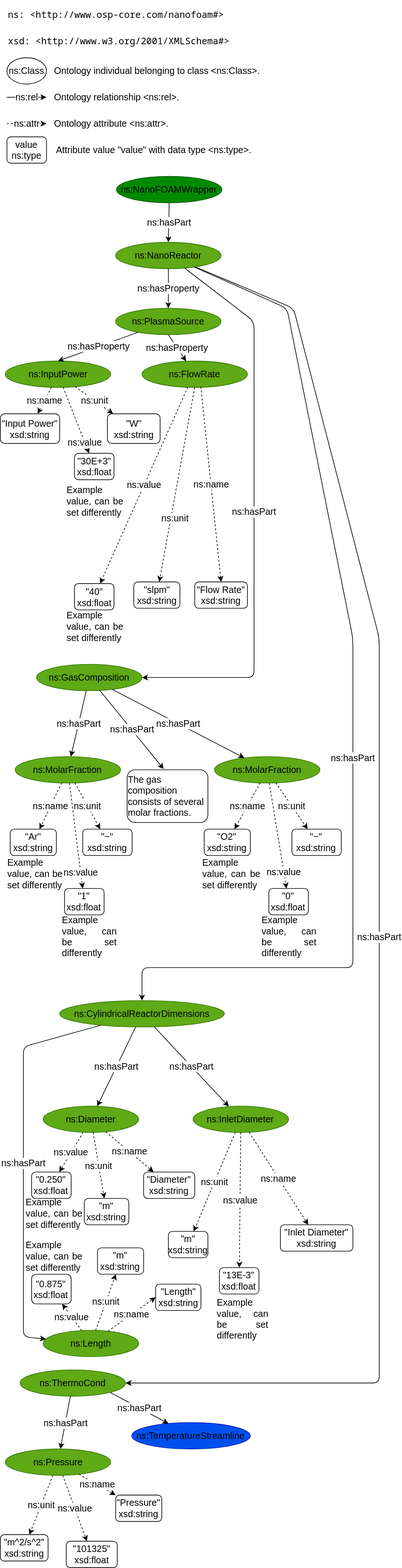
This is docs/static/cfd.drawio.svg from simphony/SimNanoDOME, a draw.io export, as it was before one commit. Source tidied: cells renumbered, new cells last; positions are measured from the earlier drawing's top-left corner, leaving out a move shared by most shapes.
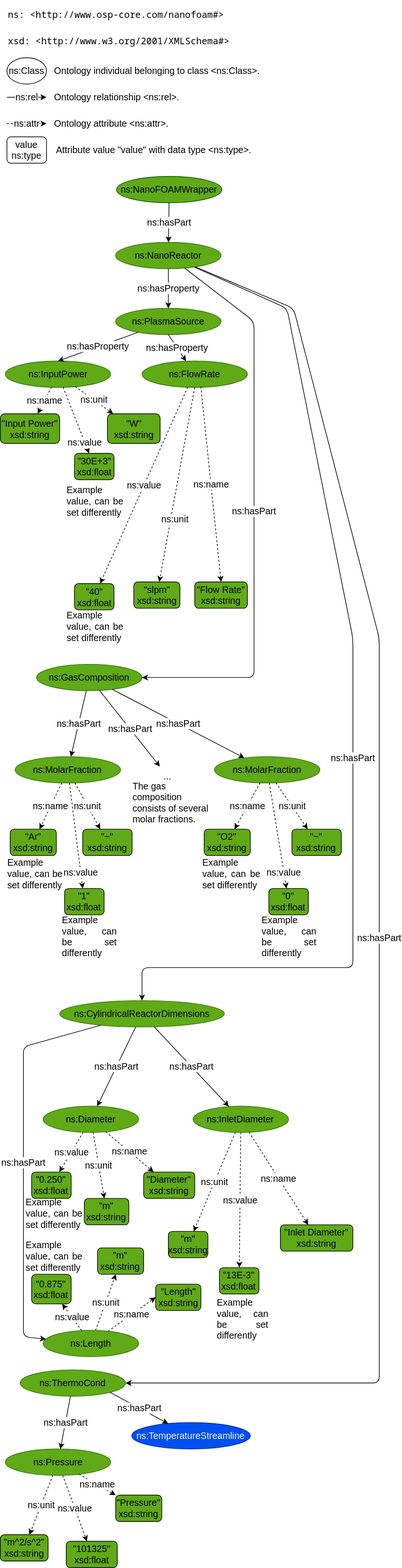
The same diagram one commit later.

Diff of the diagram source:
```diff
@@ -55,3 +55,3 @@
     </mxCell>
-    <mxCell id="16" value="&lt;div style=&quot;font-size: 14px;&quot;&gt;&quot;30E+3&quot;&lt;/div&gt;&lt;div style=&quot;font-size: 14px;&quot;&gt;xsd:float&lt;/div&gt;" style="rounded=1;whiteSpace=wrap;html=1;labelBackgroundColor=none;fontColor=#000000;fontSize=14;" parent="1" vertex="1">
+    <mxCell id="16" value="&lt;div style=&quot;font-size: 14px;&quot;&gt;&quot;30E+3&quot;&lt;/div&gt;&lt;div style=&quot;font-size: 14px;&quot;&gt;xsd:float&lt;/div&gt;" style="rounded=1;whiteSpace=wrap;html=1;labelBackgroundColor=none;fontColor=#000000;fontSize=14;fillColor=#60A917;" parent="1" vertex="1">
       <mxGeometry x="112.5" y="680" width="60" height="40" as="geometry" />
@@ -64,3 +64,3 @@
     </mxCell>
-    <mxCell id="19" value="&lt;div style=&quot;font-size: 14px;&quot;&gt;&quot;W&quot;&lt;/div&gt;&lt;div style=&quot;font-size: 14px;&quot;&gt;xsd:string&lt;/div&gt;" style="rounded=1;whiteSpace=wrap;html=1;labelBackgroundColor=none;fontColor=#000000;fontSize=14;" parent="1" vertex="1">
+    <mxCell id="19" value="&lt;div style=&quot;font-size: 14px;&quot;&gt;&quot;W&quot;&lt;/div&gt;&lt;div style=&quot;font-size: 14px;&quot;&gt;xsd:string&lt;/div&gt;" style="rounded=1;whiteSpace=wrap;html=1;labelBackgroundColor=none;fontColor=#000000;fontSize=14;fillColor=#60A917;" parent="1" vertex="1">
       <mxGeometry x="162.5" y="620" width="80" height="45" as="geometry" />
@@ -79,6 +79,6 @@
     </mxCell>
-    <mxCell id="24" value="&quot;slpm&quot;&lt;br style=&quot;font-size: 14px;&quot;&gt;xsd:string" style="rounded=1;whiteSpace=wrap;html=1;labelBackgroundColor=none;fontColor=#000000;fontSize=14;" parent="1" vertex="1">
+    <mxCell id="24" value="&quot;slpm&quot;&lt;br style=&quot;font-size: 14px;&quot;&gt;xsd:string" style="rounded=1;whiteSpace=wrap;html=1;labelBackgroundColor=none;fontColor=#000000;fontSize=14;fillColor=#60A917;" parent="1" vertex="1">
       <mxGeometry x="202.5" y="875" width="70" height="40" as="geometry" />
     </mxCell>
-    <mxCell id="25" value="&quot;Flow Rate&quot;&lt;br style=&quot;font-size: 14px;&quot;&gt;xsd:string" style="rounded=1;whiteSpace=wrap;html=1;labelBackgroundColor=none;fontColor=#000000;fontSize=14;" parent="1" vertex="1">
+    <mxCell id="25" value="&quot;Flow Rate&quot;&lt;br style=&quot;font-size: 14px;&quot;&gt;xsd:string" style="rounded=1;whiteSpace=wrap;html=1;labelBackgroundColor=none;fontColor=#000000;fontSize=14;fillColor=#60A917;" parent="1" vertex="1">
       <mxGeometry x="295" y="875" width="80" height="40" as="geometry" />
@@ -88,3 +88,3 @@
     </mxCell>
-    <mxCell id="27" value="&lt;div style=&quot;font-size: 14px;&quot;&gt;&quot;40&quot;&lt;/div&gt;&lt;div style=&quot;font-size: 14px;&quot;&gt;xsd:float&lt;br style=&quot;font-size: 14px;&quot;&gt;&lt;/div&gt;" style="rounded=1;whiteSpace=wrap;html=1;labelBackgroundColor=none;fontColor=#000000;fontSize=14;" parent="1" vertex="1">
+    <mxCell id="27" value="&lt;div style=&quot;font-size: 14px;&quot;&gt;&quot;40&quot;&lt;/div&gt;&lt;div style=&quot;font-size: 14px;&quot;&gt;xsd:float&lt;br style=&quot;font-size: 14px;&quot;&gt;&lt;/div&gt;" style="rounded=1;whiteSpace=wrap;html=1;labelBackgroundColor=none;fontColor=#000000;fontSize=14;fillColor=#60A917;" parent="1" vertex="1">
       <mxGeometry x="112.5" y="877.5" width="60" height="40" as="geometry" />
@@ -106,6 +106,6 @@
     </mxCell>
-    <mxCell id="33" value="&lt;div style=&quot;font-size: 14px;&quot;&gt;&quot;1&quot;&lt;/div&gt;&lt;div style=&quot;font-size: 14px;&quot;&gt;xsd:float&lt;/div&gt;" style="rounded=1;whiteSpace=wrap;html=1;labelBackgroundColor=none;fontColor=#000000;fontSize=14;" parent="1" vertex="1">
+    <mxCell id="33" value="&lt;div style=&quot;font-size: 14px;&quot;&gt;&quot;1&quot;&lt;/div&gt;&lt;div style=&quot;font-size: 14px;&quot;&gt;xsd:float&lt;/div&gt;" style="rounded=1;whiteSpace=wrap;html=1;labelBackgroundColor=none;fontColor=#000000;fontSize=14;fillColor=#60A917;" parent="1" vertex="1">
       <mxGeometry x="97.5" y="1340" width="60" height="40" as="geometry" />
     </mxCell>
-    <mxCell id="34" value="&quot;Ar&quot;&lt;br style=&quot;font-size: 14px;&quot;&gt;xsd:string" style="rounded=1;whiteSpace=wrap;html=1;labelBackgroundColor=none;fontColor=#000000;fontSize=14;" parent="1" vertex="1">
+    <mxCell id="34" value="&quot;Ar&quot;&lt;br style=&quot;font-size: 14px;&quot;&gt;xsd:string" style="rounded=1;whiteSpace=wrap;html=1;labelBackgroundColor=none;fontColor=#000000;fontSize=14;fillColor=#60A917;" parent="1" vertex="1">
       <mxGeometry x="15" y="1250" width="70" height="40" as="geometry" />
@@ -115,3 +115,3 @@
     </mxCell>
-    <mxCell id="36" value="&quot;~&quot;&lt;br style=&quot;font-size: 14px;&quot;&gt;xsd:string" style="rounded=1;whiteSpace=wrap;html=1;labelBackgroundColor=none;fontColor=#000000;fontSize=14;" parent="1" vertex="1">
+    <mxCell id="36" value="&quot;~&quot;&lt;br style=&quot;font-size: 14px;&quot;&gt;xsd:string" style="rounded=1;whiteSpace=wrap;html=1;labelBackgroundColor=none;fontColor=#000000;fontSize=14;fillColor=#60A917;" parent="1" vertex="1">
       <mxGeometry x="125" y="1250" width="75" height="40" as="geometry" />
@@ -150,6 +150,6 @@
     </mxCell>
-    <mxCell id="46" value="&quot;m&quot;&lt;br style=&quot;font-size: 14px;&quot;&gt;xsd:string" style="rounded=1;whiteSpace=wrap;html=1;labelBackgroundColor=none;fontColor=#000000;fontSize=14;" parent="1" vertex="1">
+    <mxCell id="46" value="&quot;m&quot;&lt;br style=&quot;font-size: 14px;&quot;&gt;xsd:string" style="rounded=1;whiteSpace=wrap;html=1;labelBackgroundColor=none;fontColor=#000000;fontSize=14;fillColor=#60A917;" parent="1" vertex="1">
       <mxGeometry x="127.5" y="1810" width="67.5" height="40" as="geometry" />
     </mxCell>
-    <mxCell id="47" value="&quot;Diameter&quot;&lt;br style=&quot;font-size: 14px;&quot;&gt;xsd:string" style="rounded=1;whiteSpace=wrap;html=1;labelBackgroundColor=none;fontColor=#000000;fontSize=14;" parent="1" vertex="1">
+    <mxCell id="47" value="&quot;Diameter&quot;&lt;br style=&quot;font-size: 14px;&quot;&gt;xsd:string" style="rounded=1;whiteSpace=wrap;html=1;labelBackgroundColor=none;fontColor=#000000;fontSize=14;fillColor=#60A917;" parent="1" vertex="1">
       <mxGeometry x="217.5" y="1770" width="77.5" height="40" as="geometry" />
@@ -159,6 +159,6 @@
     </mxCell>
-    <mxCell id="49" value="&lt;div style=&quot;font-size: 14px;&quot;&gt;&quot;0.250&quot;&lt;/div&gt;&lt;div style=&quot;font-size: 14px;&quot;&gt;xsd:float&lt;/div&gt;" style="rounded=1;whiteSpace=wrap;html=1;labelBackgroundColor=none;fontColor=#000000;fontSize=14;" parent="1" vertex="1">
+    <mxCell id="49" value="&lt;div style=&quot;font-size: 14px;&quot;&gt;&quot;0.250&quot;&lt;/div&gt;&lt;div style=&quot;font-size: 14px;&quot;&gt;xsd:float&lt;/div&gt;" style="rounded=1;whiteSpace=wrap;html=1;labelBackgroundColor=none;fontColor=#000000;fontSize=14;fillColor=#60A917;" parent="1" vertex="1">
       <mxGeometry x="47.5" y="1770" width="60" height="40" as="geometry" />
     </mxCell>
-    <mxCell id="50" value="ns:NanoFOAMWrapper" style="ellipse;whiteSpace=wrap;html=1;labelBackgroundColor=none;fontColor=#000000;fontSize=14;fillColor=#008a00;strokeColor=#005700;" parent="1" vertex="1">
+    <mxCell id="50" value="ns:NanoFOAMWrapper" style="ellipse;whiteSpace=wrap;html=1;labelBackgroundColor=none;fontColor=#000000;fontSize=14;fillColor=#60A917;strokeColor=#005700;" parent="1" vertex="1">
       <mxGeometry x="176.2" y="260" width="160" height="40" as="geometry" />
@@ -171,6 +171,6 @@
     </mxCell>
-    <mxCell id="53" value="&quot;0.875&quot;&lt;br style=&quot;font-size: 14px;&quot;&gt;xsd:float" style="rounded=1;whiteSpace=wrap;html=1;labelBackgroundColor=none;fontColor=#000000;fontSize=14;" parent="1" vertex="1">
+    <mxCell id="53" value="&quot;0.875&quot;&lt;br style=&quot;font-size: 14px;&quot;&gt;xsd:float" style="rounded=1;whiteSpace=wrap;html=1;labelBackgroundColor=none;fontColor=#000000;fontSize=14;fillColor=#60A917;" parent="1" vertex="1">
       <mxGeometry x="47.5" y="1925" width="60" height="45" as="geometry" />
     </mxCell>
-    <mxCell id="54" value="&lt;div style=&quot;font-size: 14px;&quot;&gt;&quot;Length&quot;&lt;br style=&quot;font-size: 14px;&quot;&gt;&lt;/div&gt;xsd:string" style="rounded=1;whiteSpace=wrap;html=1;labelBackgroundColor=none;fontColor=#000000;fontSize=14;" parent="1" vertex="1">
+    <mxCell id="54" value="&lt;div style=&quot;font-size: 14px;&quot;&gt;&quot;Length&quot;&lt;br style=&quot;font-size: 14px;&quot;&gt;&lt;/div&gt;xsd:string" style="rounded=1;whiteSpace=wrap;html=1;labelBackgroundColor=none;fontColor=#000000;fontSize=14;fillColor=#60A917;" parent="1" vertex="1">
       <mxGeometry x="235.6" y="1940" width="68.8" height="40" as="geometry" />
@@ -180,3 +180,3 @@
     </mxCell>
-    <mxCell id="56" value="&quot;m&quot;&lt;br style=&quot;font-size: 14px;&quot;&gt;xsd:string" style="rounded=1;whiteSpace=wrap;html=1;labelBackgroundColor=none;fontColor=#000000;fontSize=14;" parent="1" vertex="1">
+    <mxCell id="56" value="&quot;m&quot;&lt;br style=&quot;font-size: 14px;&quot;&gt;xsd:string" style="rounded=1;whiteSpace=wrap;html=1;labelBackgroundColor=none;fontColor=#000000;fontSize=14;fillColor=#60A917;" parent="1" vertex="1">
       <mxGeometry x="147.5" y="1885" width="70" height="40" as="geometry" />
@@ -189,6 +189,6 @@
     </mxCell>
-    <mxCell id="59" value="&quot;13E-3&quot;&lt;br style=&quot;font-size: 14px;&quot;&gt;xsd:float" style="rounded=1;whiteSpace=wrap;html=1;labelBackgroundColor=none;fontColor=#000000;fontSize=14;" parent="1" vertex="1">
+    <mxCell id="59" value="&quot;13E-3&quot;&lt;br style=&quot;font-size: 14px;&quot;&gt;xsd:float" style="rounded=1;whiteSpace=wrap;html=1;labelBackgroundColor=none;fontColor=#000000;fontSize=14;fillColor=#60A917;" parent="1" vertex="1">
       <mxGeometry x="332.5" y="1915" width="60" height="40" as="geometry" />
     </mxCell>
-    <mxCell id="60" value="&lt;div style=&quot;font-size: 14px;&quot;&gt;&quot;Inlet Diameter&quot;&lt;/div&gt;&lt;div style=&quot;font-size: 14px;&quot;&gt;xsd:string&lt;br style=&quot;font-size: 14px;&quot;&gt;&lt;/div&gt;" style="rounded=1;whiteSpace=wrap;html=1;labelBackgroundColor=none;fontColor=#000000;fontSize=14;" parent="1" vertex="1">
+    <mxCell id="60" value="&lt;div style=&quot;font-size: 14px;&quot;&gt;&quot;Inlet Diameter&quot;&lt;/div&gt;&lt;div style=&quot;font-size: 14px;&quot;&gt;xsd:string&lt;br style=&quot;font-size: 14px;&quot;&gt;&lt;/div&gt;" style="rounded=1;whiteSpace=wrap;html=1;labelBackgroundColor=none;fontColor=#000000;fontSize=14;fillColor=#60A917;" parent="1" vertex="1">
       <mxGeometry x="425" y="1850" width="110" height="40" as="geometry" />
@@ -198,3 +198,3 @@
     </mxCell>
-    <mxCell id="62" value="&quot;m&quot;&lt;br style=&quot;font-size: 14px;&quot;&gt;xsd:string" style="rounded=1;whiteSpace=wrap;html=1;labelBackgroundColor=none;fontColor=#000000;fontSize=14;" parent="1" vertex="1">
+    <mxCell id="62" value="&quot;m&quot;&lt;br style=&quot;font-size: 14px;&quot;&gt;xsd:string" style="rounded=1;whiteSpace=wrap;html=1;labelBackgroundColor=none;fontColor=#000000;fontSize=14;fillColor=#60A917;" parent="1" vertex="1">
       <mxGeometry x="255" y="1860" width="60" height="40" as="geometry" />
@@ -235,6 +235,6 @@
     </mxCell>
-    <mxCell id="70" value="&lt;div style=&quot;font-size: 14px;&quot;&gt;&quot;101325&quot;&lt;/div&gt;&lt;div style=&quot;font-size: 14px;&quot;&gt;xsd:float&lt;/div&gt;" style="rounded=1;whiteSpace=wrap;html=1;labelBackgroundColor=none;fontColor=#000000;fontSize=14;" parent="1" vertex="1">
+    <mxCell id="70" value="&lt;div style=&quot;font-size: 14px;&quot;&gt;&quot;101325&quot;&lt;/div&gt;&lt;div style=&quot;font-size: 14px;&quot;&gt;xsd:float&lt;/div&gt;" style="rounded=1;whiteSpace=wrap;html=1;labelBackgroundColor=none;fontColor=#000000;fontSize=14;fillColor=#60A917;" parent="1" vertex="1">
       <mxGeometry x="100" y="2330" width="77.5" height="40" as="geometry" />
     </mxCell>
-    <mxCell id="71" value="&quot;Pressure&quot;&lt;br style=&quot;font-size: 14px;&quot;&gt;xsd:string" style="rounded=1;whiteSpace=wrap;html=1;labelBackgroundColor=none;fontColor=#000000;fontSize=14;" parent="1" vertex="1">
+    <mxCell id="71" value="&quot;Pressure&quot;&lt;br style=&quot;font-size: 14px;&quot;&gt;xsd:string" style="rounded=1;whiteSpace=wrap;html=1;labelBackgroundColor=none;fontColor=#000000;fontSize=14;fillColor=#60A917;" parent="1" vertex="1">
       <mxGeometry x="175" y="2260" width="70" height="40" as="geometry" />
@@ -244,3 +244,3 @@
     </mxCell>
-    <mxCell id="73" value="&lt;div style=&quot;font-size: 14px;&quot;&gt;&quot;m^2/s^2&quot;&lt;/div&gt;&lt;div style=&quot;font-size: 14px;&quot;&gt;xsd:string&lt;/div&gt;" style="rounded=1;whiteSpace=wrap;html=1;labelBackgroundColor=none;fontColor=#000000;fontSize=14;" parent="1" vertex="1">
+    <mxCell id="73" value="&lt;div style=&quot;font-size: 14px;&quot;&gt;&quot;m^2/s^2&quot;&lt;/div&gt;&lt;div style=&quot;font-size: 14px;&quot;&gt;xsd:string&lt;/div&gt;" style="rounded=1;whiteSpace=wrap;html=1;labelBackgroundColor=none;fontColor=#000000;fontSize=14;fillColor=#60A917;" parent="1" vertex="1">
       <mxGeometry y="2320" width="72.5" height="40" as="geometry" />
@@ -268,3 +268,3 @@
     </mxCell>
-    <mxCell id="79" value="&quot;Input Power&quot;&lt;br style=&quot;font-size: 14px;&quot;&gt;xsd:string" style="rounded=1;whiteSpace=wrap;html=1;labelBackgroundColor=none;fontColor=#000000;fontSize=14;" parent="1" vertex="1">
+    <mxCell id="79" value="&quot;Input Power&quot;&lt;br style=&quot;font-size: 14px;&quot;&gt;xsd:string" style="rounded=1;whiteSpace=wrap;html=1;labelBackgroundColor=none;fontColor=#000000;fontSize=14;fillColor=#60A917;" parent="1" vertex="1">
       <mxGeometry y="620" width="90" height="45" as="geometry" />
@@ -283,3 +283,3 @@
     </mxCell>
-    <mxCell id="84" value="ns:hasPart" style="endArrow=classic;html=1;rounded=0;fontColor=#000000;fontSize=14;entryX=0.452;entryY=-0.016;entryDx=0;entryDy=0;entryPerimeter=0;" parent="1" edge="1" source="28" target="95">
+    <mxCell id="84" value="ns:hasPart" style="endArrow=classic;html=1;rounded=0;fontColor=#000000;fontSize=14;" parent="1" edge="1" source="28" target="101">
       <mxGeometry relative="1" as="geometry" />
@@ -295,6 +295,6 @@
     </mxCell>
-    <mxCell id="88" value="&lt;div style=&quot;font-size: 14px;&quot;&gt;&quot;0&quot;&lt;/div&gt;&lt;div style=&quot;font-size: 14px;&quot;&gt;xsd:float&lt;/div&gt;" style="rounded=1;whiteSpace=wrap;html=1;labelBackgroundColor=none;fontColor=#000000;fontSize=14;" parent="1" vertex="1">
+    <mxCell id="88" value="&lt;div style=&quot;font-size: 14px;&quot;&gt;&quot;0&quot;&lt;/div&gt;&lt;div style=&quot;font-size: 14px;&quot;&gt;xsd:float&lt;/div&gt;" style="rounded=1;whiteSpace=wrap;html=1;labelBackgroundColor=none;fontColor=#000000;fontSize=14;fillColor=#60A917;" parent="1" vertex="1">
       <mxGeometry x="407.5" y="1340" width="60" height="40" as="geometry" />
     </mxCell>
-    <mxCell id="89" value="&quot;O2&quot;&lt;br style=&quot;font-size: 14px;&quot;&gt;xsd:string" style="rounded=1;whiteSpace=wrap;html=1;labelBackgroundColor=none;fontColor=#000000;fontSize=14;" parent="1" vertex="1">
+    <mxCell id="89" value="&quot;O2&quot;&lt;br style=&quot;font-size: 14px;&quot;&gt;xsd:string" style="rounded=1;whiteSpace=wrap;html=1;labelBackgroundColor=none;fontColor=#000000;fontSize=14;fillColor=#60A917;" parent="1" vertex="1">
       <mxGeometry x="309.3" y="1250" width="70" height="40" as="geometry" />
@@ -304,3 +304,3 @@
     </mxCell>
-    <mxCell id="91" value="&quot;~&quot;&lt;br style=&quot;font-size: 14px;&quot;&gt;xsd:string" style="rounded=1;whiteSpace=wrap;html=1;labelBackgroundColor=none;fontColor=#000000;fontSize=14;" parent="1" vertex="1">
+    <mxCell id="91" value="&quot;~&quot;&lt;br style=&quot;font-size: 14px;&quot;&gt;xsd:string" style="rounded=1;whiteSpace=wrap;html=1;labelBackgroundColor=none;fontColor=#000000;fontSize=14;fillColor=#60A917;" parent="1" vertex="1">
       <mxGeometry x="442.5" y="1250" width="75" height="40" as="geometry" />
@@ -316,5 +316,2 @@
     </mxCell>
-    <mxCell id="95" value="The gas composition consists of several molar fractions." style="text;html=1;strokeColor=default;fillColor=none;align=left;verticalAlign=middle;whiteSpace=wrap;rounded=1;fontSize=14;fontColor=#000000;" parent="1" vertex="1">
-      <mxGeometry x="192.5" y="1160" width="122.5" height="80" as="geometry" />
-    </mxCell>
     <mxCell id="96" value="&lt;div style=&quot;font-size: 14px;&quot; align=&quot;justify&quot;&gt;Example value, can be set differently&lt;br style=&quot;font-size: 14px;&quot;&gt;&lt;/div&gt;" style="text;html=1;strokeColor=none;fillColor=none;align=left;verticalAlign=middle;whiteSpace=wrap;rounded=0;fontSize=14;fontColor=#000000;" parent="1" vertex="1">
@@ -328,3 +325,3 @@
     </mxCell>
-    <mxCell id="99" value="ns:TemperatureStreamline" style="ellipse;whiteSpace=wrap;html=1;labelBackgroundColor=none;fontColor=#000000;fontSize=14;fillColor=#0050ef;strokeColor=#001DBC;" parent="1" vertex="1">
+    <mxCell id="99" value="ns:TemperatureStreamline" style="ellipse;whiteSpace=wrap;html=1;labelBackgroundColor=none;fontColor=#F5F5F5;fontSize=14;fillColor=#0050ef;strokeColor=#001DBC;" parent="1" vertex="1">
       <mxGeometry x="199.3" y="2150" width="180" height="40" as="geometry" />
@@ -334,2 +331,8 @@
     </mxCell>
+    <mxCell id="95" value="The gas composition consists of several molar fractions." style="text;html=1;strokeColor=none;fillColor=none;align=left;verticalAlign=middle;whiteSpace=wrap;rounded=1;fontSize=14;fontColor=#000000;" parent="1" vertex="1">
+      <mxGeometry x="199" y="1170" width="122.5" height="80" as="geometry" />
+    </mxCell>
+    <mxCell id="101" value="..." style="text;html=1;strokeColor=none;fillColor=none;align=center;verticalAlign=middle;whiteSpace=wrap;rounded=0;fontSize=14;fontStyle=0;" parent="1" vertex="1">
+      <mxGeometry x="224" y="1155" width="60" height="30" as="geometry" />
+    </mxCell>
   </root>
```
